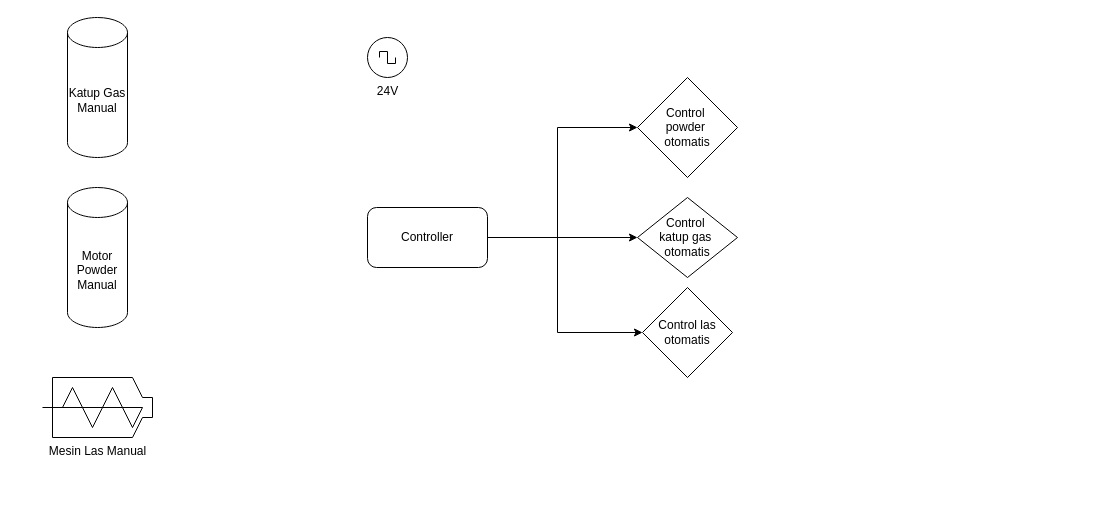
ilhamdestyo/draw.io keeps this draw.io diagram as Modul kontrol mensin las.drawio. Above is the earlier version. Source tidied: cells renumbered, new cells numbered last; positions are measured from the earlier drawing's top-left corner, leaving out a move shared by most shapes. Both pictures are drawn from the tidied source at 100%, with x=0, y=0 at pixel (42, 17).
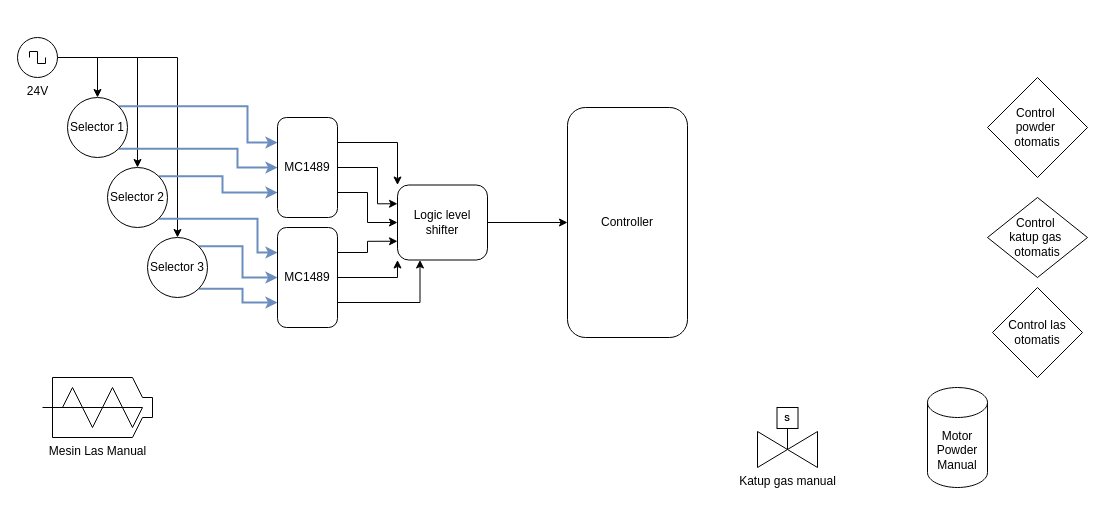
After the change.

Change to the diagram source:
```diff
@@
-    <mxCell id="2" style="edgeStyle=orthogonalEdgeStyle;rounded=0;jettySize=auto;html=1;entryX=0;entryY=0.5;entryDx=0;entryDy=0;" parent="1" edge="1" source="5" target="7">
-      <mxGeometry relative="1" as="geometry">
-        <Array as="points">
-          <mxPoint x="515" y="220" />
-          <mxPoint x="515" y="110" />
-        </Array>
-      </mxGeometry>
-    </mxCell>
-    <mxCell id="3" style="edgeStyle=orthogonalEdgeStyle;rounded=0;jettySize=auto;html=1;entryX=0;entryY=0.5;entryDx=0;entryDy=0;" parent="1" edge="1" source="5" target="9">
-      <mxGeometry relative="1" as="geometry" />
-    </mxCell>
-    <mxCell id="4" style="edgeStyle=orthogonalEdgeStyle;rounded=0;jettySize=auto;html=1;entryX=0;entryY=0.5;entryDx=0;entryDy=0;" parent="1" edge="1" source="5" target="10">
-      <mxGeometry relative="1" as="geometry">
-        <Array as="points">
-          <mxPoint x="515" y="220" />
-          <mxPoint x="515" y="315" />
-        </Array>
-      </mxGeometry>
-    </mxCell>
     <mxCell id="5" value="&lt;div&gt;Controller&lt;/div&gt;" style="rounded=1;whiteSpace=wrap;html=1;" parent="1" vertex="1">
-      <mxGeometry x="325" y="190" width="120" height="60" as="geometry" />
+      <mxGeometry x="525" y="90" width="120" height="230" as="geometry" />
     </mxCell>
     <mxCell id="6" value="Motor Powder Manual" style="shape=cylinder3;whiteSpace=wrap;html=1;boundedLbl=1;backgroundOutline=1;size=15;" parent="1" vertex="1">
-      <mxGeometry x="25" y="170" width="60" height="140" as="geometry" />
+      <mxGeometry x="885" y="370" width="60" height="100" as="geometry" />
     </mxCell>
     <mxCell id="7" value="&lt;div&gt;Control&amp;nbsp;&lt;/div&gt;&lt;div&gt;powder&amp;nbsp;&lt;/div&gt;&lt;div&gt;otomatis&lt;/div&gt;" style="rhombus;whiteSpace=wrap;html=1;" parent="1" vertex="1">
-      <mxGeometry x="595" y="60" width="100" height="100" as="geometry" />
+      <mxGeometry x="945" y="60" width="100" height="100" as="geometry" />
     </mxCell>
-    <mxCell id="8" value="&lt;div&gt;Katup Gas&lt;/div&gt;&lt;div&gt;Manual&lt;/div&gt;" style="shape=cylinder3;whiteSpace=wrap;html=1;boundedLbl=1;backgroundOutline=1;size=15;" parent="1" vertex="1">
-      <mxGeometry x="25" width="60" height="140" as="geometry" />
-    </mxCell>
     <mxCell id="9" value="&lt;div&gt;Control&amp;nbsp;&lt;/div&gt;&lt;div&gt;katup gas&amp;nbsp;&lt;/div&gt;&lt;div&gt;otomatis&lt;/div&gt;" style="rhombus;whiteSpace=wrap;html=1;" parent="1" vertex="1">
-      <mxGeometry x="595" y="180" width="100" height="80" as="geometry" />
+      <mxGeometry x="945" y="180" width="100" height="80" as="geometry" />
     </mxCell>
     <mxCell id="10" value="&lt;div&gt;Control las&lt;/div&gt;&lt;div&gt;otomatis&lt;/div&gt;" style="rhombus;whiteSpace=wrap;html=1;" parent="1" vertex="1">
-      <mxGeometry x="600" y="270" width="90" height="90" as="geometry" />
+      <mxGeometry x="950" y="270" width="90" height="90" as="geometry" />
     </mxCell>
@@
+    <mxCell id="13" style="edgeStyle=orthogonalEdgeStyle;rounded=0;jettySize=auto;html=1;" parent="1" edge="1" source="12" target="19">
+      <mxGeometry relative="1" as="geometry" />
+    </mxCell>
+    <mxCell id="14" style="edgeStyle=orthogonalEdgeStyle;rounded=0;jettySize=auto;html=1;entryX=0.5;entryY=0;entryDx=0;entryDy=0;" parent="1" edge="1" source="12" target="22">
+      <mxGeometry relative="1" as="geometry" />
+    </mxCell>
+    <mxCell id="15" style="edgeStyle=orthogonalEdgeStyle;rounded=0;jettySize=auto;html=1;entryX=0.5;entryY=0;entryDx=0;entryDy=0;" parent="1" edge="1" source="12" target="25">
+      <mxGeometry relative="1" as="geometry" />
+    </mxCell>
     <mxCell id="12" value="&lt;div&gt;24V&lt;/div&gt;" style="verticalLabelPosition=bottom;shadow=0;dashed=0;align=center;html=1;verticalAlign=top;shape=mxgraph.electrical.signal_sources.source;points=[[0.5,0,0],[1,0.5,0],[0.5,1,0],[0,0.5,0]];elSignalType=square;" parent="1" vertex="1">
-      <mxGeometry x="325" y="20" width="40" height="40" as="geometry" />
+      <mxGeometry x="-25" y="20" width="40" height="40" as="geometry" />
     </mxCell>
+    <mxCell id="16" value="&lt;div&gt;Katup gas manual&lt;/div&gt;" style="verticalLabelPosition=bottom;align=center;html=1;verticalAlign=top;dashed=0;shape=mxgraph.pid2valves.valve;valveType=gate;actuator=solenoid;" parent="1" vertex="1">
+      <mxGeometry x="715" y="390" width="60" height="60" as="geometry" />
+    </mxCell>
+    <mxCell id="17" style="edgeStyle=orthogonalEdgeStyle;rounded=0;jettySize=auto;html=1;exitX=1;exitY=0;exitDx=0;exitDy=0;entryX=0.25;entryY=1;entryDx=0;entryDy=0;fillColor=#dae8fc;strokeColor=#6c8ebf;strokeWidth=2;" parent="1" edge="1" source="19" target="27">
+      <mxGeometry relative="1" as="geometry">
+        <Array as="points">
+          <mxPoint x="205" y="89" />
+          <mxPoint x="205" y="125" />
+        </Array>
+      </mxGeometry>
+    </mxCell>
+    <mxCell id="18" style="edgeStyle=orthogonalEdgeStyle;rounded=0;jettySize=auto;html=1;exitX=1;exitY=1;exitDx=0;exitDy=0;entryX=0.5;entryY=1;entryDx=0;entryDy=0;fillColor=#dae8fc;strokeColor=#6c8ebf;strokeWidth=2;" parent="1" edge="1" source="19" target="27">
+      <mxGeometry relative="1" as="geometry">
+        <Array as="points">
+          <mxPoint x="195" y="131" />
+          <mxPoint x="195" y="150" />
+        </Array>
+      </mxGeometry>
+    </mxCell>
+    <mxCell id="19" value="Selector 1" style="ellipse;whiteSpace=wrap;html=1;" parent="1" vertex="1">
+      <mxGeometry x="25" y="80" width="60" height="60" as="geometry" />
+    </mxCell>
+    <mxCell id="20" style="edgeStyle=orthogonalEdgeStyle;rounded=0;jettySize=auto;html=1;exitX=1;exitY=0;exitDx=0;exitDy=0;entryX=0.75;entryY=1;entryDx=0;entryDy=0;fillColor=#dae8fc;strokeColor=#6c8ebf;strokeWidth=2;" parent="1" edge="1" source="22" target="27">
+      <mxGeometry relative="1" as="geometry" />
+    </mxCell>
+    <mxCell id="21" style="edgeStyle=orthogonalEdgeStyle;rounded=0;jettySize=auto;html=1;exitX=1;exitY=1;exitDx=0;exitDy=0;entryX=0.25;entryY=1;entryDx=0;entryDy=0;fillColor=#dae8fc;strokeColor=#6c8ebf;strokeWidth=2;" parent="1" edge="1" source="22" target="30">
+      <mxGeometry relative="1" as="geometry">
+        <Array as="points">
+          <mxPoint x="215" y="201" />
+          <mxPoint x="215" y="235" />
+        </Array>
+      </mxGeometry>
+    </mxCell>
+    <mxCell id="22" value="Selector 2" style="ellipse;whiteSpace=wrap;html=1;" parent="1" vertex="1">
+      <mxGeometry x="65" y="150" width="60" height="60" as="geometry" />
+    </mxCell>
+    <mxCell id="23" style="edgeStyle=orthogonalEdgeStyle;rounded=0;jettySize=auto;html=1;exitX=1;exitY=0;exitDx=0;exitDy=0;entryX=0.5;entryY=1;entryDx=0;entryDy=0;fillColor=#dae8fc;strokeColor=#6c8ebf;strokeWidth=2;" parent="1" edge="1" source="25" target="30">
+      <mxGeometry relative="1" as="geometry" />
+    </mxCell>
+    <mxCell id="24" style="edgeStyle=orthogonalEdgeStyle;rounded=0;jettySize=auto;html=1;exitX=1;exitY=1;exitDx=0;exitDy=0;entryX=0.75;entryY=1;entryDx=0;entryDy=0;fillColor=#dae8fc;strokeColor=#6c8ebf;strokeWidth=2;" parent="1" edge="1" source="25" target="30">
+      <mxGeometry relative="1" as="geometry" />
+    </mxCell>
+    <mxCell id="25" value="Selector 3" style="ellipse;whiteSpace=wrap;html=1;" parent="1" vertex="1">
+      <mxGeometry x="105" y="220" width="60" height="60" as="geometry" />
+    </mxCell>
+    <mxCell id="26" style="group;" parent="1" vertex="1">
+      <mxGeometry x="235" y="100" width="60" height="100" as="geometry" />
+    </mxCell>
+    <mxCell id="27" style="rounded=1;whiteSpace=wrap;html=1;rotation=90;" parent="26" vertex="1">
+      <mxGeometry x="-20" y="20" width="100" height="60" as="geometry" />
+    </mxCell>
+    <mxCell id="28" value="MC1489" style="text;html=1;whiteSpace=wrap;strokeColor=none;fillColor=none;align=center;verticalAlign=middle;rounded=0;" parent="26" vertex="1">
+      <mxGeometry y="40" width="60" height="20" as="geometry" />
+    </mxCell>
+    <mxCell id="29" style="group;" parent="1" vertex="1">
+      <mxGeometry x="235" y="210" width="60" height="100" as="geometry" />
+    </mxCell>
+    <mxCell id="30" style="rounded=1;whiteSpace=wrap;html=1;rotation=90;" parent="29" vertex="1">
+      <mxGeometry x="-20" y="20" width="100" height="60" as="geometry" />
+    </mxCell>
+    <mxCell id="31" value="MC1489" style="text;html=1;whiteSpace=wrap;strokeColor=none;fillColor=none;align=center;verticalAlign=middle;rounded=0;" parent="29" vertex="1">
+      <mxGeometry y="40" width="60" height="20" as="geometry" />
+    </mxCell>
+    <mxCell id="32" style="edgeStyle=orthogonalEdgeStyle;rounded=0;jettySize=auto;html=1;" parent="1" edge="1" source="33" target="5">
+      <mxGeometry relative="1" as="geometry" />
+    </mxCell>
+    <mxCell id="33" value="&lt;div&gt;Logic level&lt;/div&gt;&lt;div&gt;shifter&lt;/div&gt;" style="rounded=1;whiteSpace=wrap;html=1;" parent="1" vertex="1">
+      <mxGeometry x="355" y="167.5" width="90" height="75" as="geometry" />
+    </mxCell>
+    <mxCell id="34" style="edgeStyle=orthogonalEdgeStyle;rounded=0;jettySize=auto;html=1;exitX=0.25;exitY=0;exitDx=0;exitDy=0;entryX=0;entryY=0;entryDx=0;entryDy=0;" parent="1" edge="1" source="27" target="33">
+      <mxGeometry relative="1" as="geometry" />
+    </mxCell>
+    <mxCell id="35" style="edgeStyle=orthogonalEdgeStyle;rounded=0;jettySize=auto;html=1;exitX=1;exitY=0.5;exitDx=0;exitDy=0;entryX=0;entryY=0.25;entryDx=0;entryDy=0;" parent="1" edge="1" source="28" target="33">
+      <mxGeometry relative="1" as="geometry">
+        <Array as="points">
+          <mxPoint x="335" y="150" />
+          <mxPoint x="335" y="186" />
+        </Array>
+      </mxGeometry>
+    </mxCell>
+    <mxCell id="36" style="edgeStyle=orthogonalEdgeStyle;rounded=0;jettySize=auto;html=1;exitX=0.75;exitY=0;exitDx=0;exitDy=0;entryX=0;entryY=0.5;entryDx=0;entryDy=0;" parent="1" edge="1" source="27" target="33">
+      <mxGeometry relative="1" as="geometry" />
+    </mxCell>
+    <mxCell id="37" style="edgeStyle=orthogonalEdgeStyle;rounded=0;jettySize=auto;html=1;exitX=0.25;exitY=0;exitDx=0;exitDy=0;entryX=0;entryY=0.75;entryDx=0;entryDy=0;" parent="1" edge="1" source="30" target="33">
+      <mxGeometry relative="1" as="geometry" />
+    </mxCell>
+    <mxCell id="38" style="edgeStyle=orthogonalEdgeStyle;rounded=0;jettySize=auto;html=1;exitX=1;exitY=0.5;exitDx=0;exitDy=0;entryX=0;entryY=1;entryDx=0;entryDy=0;" parent="1" edge="1" source="31" target="33">
+      <mxGeometry relative="1" as="geometry">
+        <Array as="points">
+          <mxPoint x="355" y="260" />
+        </Array>
+      </mxGeometry>
+    </mxCell>
+    <mxCell id="39" style="edgeStyle=orthogonalEdgeStyle;rounded=0;jettySize=auto;html=1;exitX=0.75;exitY=0;exitDx=0;exitDy=0;entryX=0.25;entryY=1;entryDx=0;entryDy=0;" parent="1" edge="1" source="30" target="33">
+      <mxGeometry relative="1" as="geometry" />
+    </mxCell>
```
